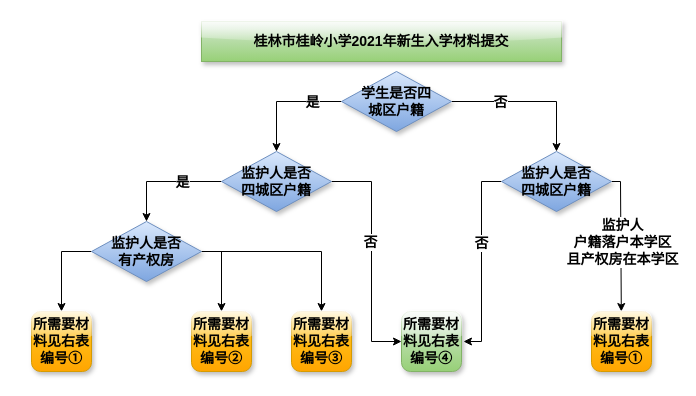
Before: Untitled Diagram.drawio in xmilygit/app1, a draw.io diagram. Source tidied: cells renumbered, new cells numbered last; positions are measured from the earlier drawing's top-left corner, leaving out a move shared by most shapes. Both pictures are drawn from the tidied source at 100%, with x=0, y=0 at pixel (31, 21).
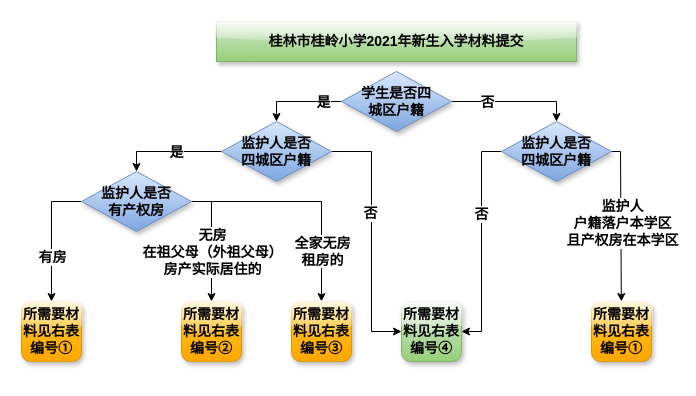
After the change.

Diff of the diagram source:
```diff
@@
-    <mxCell id="7" style="edgeStyle=none;rounded=0;jettySize=auto;html=1;fontSize=14;exitX=0;exitY=0.5;exitDx=0;exitDy=0;" parent="1" edge="1" source="11">
+    <mxCell id="7" style="edgeStyle=none;rounded=0;jettySize=auto;html=1;fontSize=14;exitX=0;exitY=0.5;exitDx=0;exitDy=0;entryX=1;entryY=0.5;entryDx=0;entryDy=0;" parent="1" edge="1" source="11" target="25">
       <mxGeometry relative="1" as="geometry">
-        <mxPoint x="432" y="320" as="targetPoint" />
         <Array as="points">
-          <mxPoint x="450" y="160" />
-          <mxPoint x="450" y="320" />
+          <mxPoint x="450" y="130" />
+          <mxPoint x="450" y="310" />
         </Array>
       </mxGeometry>
     </mxCell>
     <mxCell id="8" value="否" style="edgeLabel;html=1;align=center;verticalAlign=middle;fontSize=14;fontStyle=1;" parent="7" vertex="1">
-      <mxGeometry x="-0.18" y="-1" relative="1" as="geometry" />
+      <mxGeometry x="-0.18" y="-1" relative="1" as="geometry">
+        <mxPoint y="-8" as="offset" />
+      </mxGeometry>
     </mxCell>
     <mxCell id="9" style="edgeStyle=none;rounded=0;jettySize=auto;html=1;exitX=1;exitY=0.5;exitDx=0;exitDy=0;fontSize=14;" parent="1" edge="1" source="11" target="24">
       <mxGeometry relative="1" as="geometry">
         <Array as="points">
-          <mxPoint x="589" y="160" />
+          <mxPoint x="589" y="130" />
         </Array>
       </mxGeometry>
     </mxCell>
     <mxCell id="10" value="监护人&lt;br&gt;户籍落户本学区&lt;br&gt;且产权房在本学区" style="edgeLabel;html=1;align=center;verticalAlign=middle;fontSize=14;fontStyle=1;" parent="9" vertex="1">
       <mxGeometry x="-0.14" y="-1" relative="1" as="geometry">
-        <mxPoint x="2" y="9" as="offset" />
+        <mxPoint x="2" y="12" as="offset" />
       </mxGeometry>
     </mxCell>
     <mxCell id="11" value="监护人是否四城区户籍" style="rhombus;whiteSpace=wrap;html=1;fillColor=#dae8fc;strokeColor=#6c8ebf;gradientColor=#7ea6e0;shadow=1;fontStyle=1;fontSize=14;spacingTop=15;spacingLeft=15;spacingBottom=15;spacingRight=15;" parent="1" vertex="1">
-      <mxGeometry x="470" y="130" width="110" height="60" as="geometry" />
+      <mxGeometry x="470" y="100" width="110" height="60" as="geometry" />
     </mxCell>
+    <mxCell id="14" style="edgeStyle=none;rounded=0;jettySize=auto;html=1;exitX=1;exitY=0.5;exitDx=0;exitDy=0;entryX=0;entryY=0.5;entryDx=0;entryDy=0;fontStyle=1;fontSize=14;" parent="1" edge="1" source="16" target="25">
+      <mxGeometry relative="1" as="geometry">
+        <Array as="points">
+          <mxPoint x="340" y="130" />
+          <mxPoint x="340" y="310" />
+        </Array>
+      </mxGeometry>
+    </mxCell>
+    <mxCell id="15" value="否" style="edgeLabel;html=1;align=center;verticalAlign=middle;fontStyle=1;fontSize=14;" parent="14" vertex="1">
+      <mxGeometry x="0.02" y="-2" relative="1" as="geometry">
+        <mxPoint y="-27" as="offset" />
+      </mxGeometry>
+    </mxCell>
-    <mxCell id="12" style="edgeStyle=orthogonalEdgeStyle;rounded=0;jettySize=auto;html=1;entryX=0.5;entryY=0;entryDx=0;entryDy=0;fontStyle=1;fontSize=14;" parent="1" edge="1" source="16" target="20">
-      <mxGeometry relative="1" as="geometry" />
+    <mxCell id="12" style="edgeStyle=none;rounded=0;jettySize=auto;html=1;exitX=0;exitY=0.5;exitDx=0;exitDy=0;entryX=0.5;entryY=0;entryDx=0;entryDy=0;fontSize=14;" parent="1" edge="1" source="16" target="20">
+      <mxGeometry relative="1" as="geometry">
+        <Array as="points">
+          <mxPoint x="105" y="130" />
+        </Array>
+      </mxGeometry>
     </mxCell>
-    <mxCell id="13" value="是" style="edgeLabel;html=1;align=center;verticalAlign=middle;fontStyle=1;fontSize=14;" parent="12" vertex="1">
-      <mxGeometry x="-0.18" y="5" relative="1" as="geometry">
-        <mxPoint x="7" y="-5" as="offset" />
+    <mxCell id="13" value="是" style="edgeLabel;html=1;align=center;verticalAlign=middle;fontSize=14;fontStyle=1;" parent="12" vertex="1">
+      <mxGeometry x="0.05" y="1" relative="1" as="geometry">
+        <mxPoint x="9" y="-1" as="offset" />
       </mxGeometry>
     </mxCell>
-    <mxCell id="14" style="edgeStyle=none;rounded=0;jettySize=auto;html=1;exitX=1;exitY=0.5;exitDx=0;exitDy=0;entryX=0;entryY=0.5;entryDx=0;entryDy=0;fontStyle=1;fontSize=14;" parent="1" edge="1" source="16" target="25">
-      <mxGeometry relative="1" as="geometry">
-        <Array as="points">
-          <mxPoint x="340" y="160" />
-          <mxPoint x="340" y="320" />
-        </Array>
-      </mxGeometry>
-    </mxCell>
-    <mxCell id="15" value="否" style="edgeLabel;html=1;align=center;verticalAlign=middle;fontStyle=1;fontSize=14;" parent="14" vertex="1">
-      <mxGeometry x="0.02" y="-2" relative="1" as="geometry">
-        <mxPoint y="-17" as="offset" />
-      </mxGeometry>
-    </mxCell>
     <mxCell id="16" value="监护人是否四城区户籍" style="rhombus;whiteSpace=wrap;html=1;strokeColor=#6c8ebf;fillColor=#dae8fc;gradientColor=#7ea6e0;shadow=1;fontStyle=1;fontSize=14;spacingTop=15;spacingLeft=15;spacingBottom=15;spacingRight=15;" parent="1" vertex="1">
-      <mxGeometry x="190" y="130" width="110" height="60" as="geometry" />
+      <mxGeometry x="190" y="100" width="110" height="60" as="geometry" />
     </mxCell>
     <mxCell id="17" style="edgeStyle=none;rounded=0;jettySize=auto;html=1;exitX=0;exitY=0.5;exitDx=0;exitDy=0;entryX=0.5;entryY=0;entryDx=0;entryDy=0;fontSize=14;" parent="1" edge="1" source="20" target="23">
       <mxGeometry relative="1" as="geometry">
         <Array as="points">
-          <mxPoint x="30" y="230" />
+          <mxPoint x="20" y="180" />
         </Array>
       </mxGeometry>
     </mxCell>
+    <mxCell id="27" value="有房" style="edgeLabel;html=1;align=center;verticalAlign=middle;fontSize=14;fontStyle=1;" parent="17" vertex="1">
+      <mxGeometry x="0.11" relative="1" as="geometry">
+        <mxPoint y="13" as="offset" />
+      </mxGeometry>
+    </mxCell>
     <mxCell id="18" style="edgeStyle=none;rounded=0;jettySize=auto;html=1;exitX=1;exitY=0.5;exitDx=0;exitDy=0;entryX=0.5;entryY=0;entryDx=0;entryDy=0;fontSize=14;" parent="1" edge="1" source="20" target="21">
       <mxGeometry relative="1" as="geometry">
         <Array as="points">
-          <mxPoint x="190" y="230" />
+          <mxPoint x="180" y="180" />
         </Array>
       </mxGeometry>
     </mxCell>
+    <mxCell id="28" value="无房&lt;br&gt;在祖父母（外祖父母）&lt;br&gt;房产实际居住的" style="edgeLabel;html=1;align=center;verticalAlign=middle;fontSize=14;fontStyle=1;" parent="18" vertex="1">
+      <mxGeometry x="-0.05" relative="1" as="geometry">
+        <mxPoint y="13" as="offset" />
+      </mxGeometry>
+    </mxCell>
-    <mxCell id="19" style="edgeStyle=none;rounded=0;jettySize=auto;html=1;exitX=1;exitY=0.5;exitDx=0;exitDy=0;entryX=0.5;entryY=0;entryDx=0;entryDy=0;fontSize=14;" parent="1" edge="1" source="20" target="22">
+    <mxCell id="19" style="edgeStyle=none;rounded=0;jettySize=auto;html=1;exitX=1;exitY=0.5;exitDx=0;exitDy=0;entryX=0.5;entryY=0;entryDx=0;entryDy=0;fontSize=14;" parent="1" edge="1" target="22">
       <mxGeometry relative="1" as="geometry">
+        <mxPoint x="170" y="180" as="sourcePoint" />
         <Array as="points">
-          <mxPoint x="290" y="230" />
+          <mxPoint x="290" y="180" />
         </Array>
       </mxGeometry>
     </mxCell>
+    <mxCell id="29" value="全家无房&lt;br&gt;租房的" style="edgeLabel;html=1;align=center;verticalAlign=middle;fontSize=14;fontStyle=1;" parent="19" vertex="1">
+      <mxGeometry x="0.54" y="1" relative="1" as="geometry">
+        <mxPoint x="-1" as="offset" />
+      </mxGeometry>
+    </mxCell>
     <mxCell id="20" value="监护人是否有产权房" style="rhombus;whiteSpace=wrap;html=1;strokeColor=#6c8ebf;fillColor=#dae8fc;gradientColor=#7ea6e0;rounded=0;shadow=1;sketch=0;fontStyle=1;fontSize=14;spacingTop=15;spacingLeft=15;spacingBottom=15;spacingRight=15;" parent="1" vertex="1">
-      <mxGeometry x="60" y="200" width="110" height="60" as="geometry" />
+      <mxGeometry x="50" y="150" width="110" height="60" as="geometry" />
     </mxCell>
     <mxCell id="21" value="&lt;span style=&quot;font-size: 14px;&quot;&gt;所需要材料见右表编号②&lt;/span&gt;" style="whiteSpace=wrap;html=1;strokeColor=#d79b00;fillColor=#ffcd28;gradientColor=#ffa500;rounded=1;shadow=1;glass=1;fontStyle=1;fontSize=14;" parent="1" vertex="1">
-      <mxGeometry x="160" y="290" width="60" height="60" as="geometry" />
+      <mxGeometry x="150" y="280" width="60" height="60" as="geometry" />
     </mxCell>
     <mxCell id="22" value="&lt;span style=&quot;font-size: 14px;&quot;&gt;所需要材料见右表编号③&lt;/span&gt;" style="whiteSpace=wrap;html=1;strokeColor=#d79b00;fillColor=#ffcd28;gradientColor=#ffa500;rounded=1;glass=1;shadow=1;fontStyle=1;fontSize=14;" parent="1" vertex="1">
-      <mxGeometry x="260" y="290" width="60" height="60" as="geometry" />
+      <mxGeometry x="260" y="280" width="60" height="60" as="geometry" />
     </mxCell>
     <mxCell id="23" value="所需要材料见右表编号①" style="whiteSpace=wrap;html=1;strokeColor=#d79b00;fillColor=#ffcd28;gradientColor=#ffa500;rounded=1;glass=1;shadow=1;fontStyle=1;fontSize=14;" parent="1" vertex="1">
-      <mxGeometry y="290" width="60" height="60" as="geometry" />
+      <mxGeometry x="-10" y="280" width="60" height="60" as="geometry" />
     </mxCell>
     <mxCell id="24" value="&lt;span style=&quot;font-size: 14px;&quot;&gt;所需要材料见右表编号①&lt;/span&gt;" style="rounded=1;whiteSpace=wrap;html=1;shadow=1;glass=1;sketch=0;gradientColor=#ffa500;fillColor=#ffcd28;strokeColor=#d79b00;fontStyle=1;fontSize=14;" parent="1" vertex="1">
-      <mxGeometry x="560" y="290" width="60" height="60" as="geometry" />
+      <mxGeometry x="560" y="280" width="60" height="60" as="geometry" />
     </mxCell>
     <mxCell id="25" value="&lt;span style=&quot;font-size: 14px;&quot;&gt;所需要材料见右表编号④&lt;/span&gt;" style="rounded=1;whiteSpace=wrap;html=1;shadow=1;glass=1;sketch=0;gradientColor=#97d077;fillColor=#d5e8d4;strokeColor=#82b366;fontStyle=1;fontSize=14;" parent="1" vertex="1">
-      <mxGeometry x="370" y="290" width="60" height="60" as="geometry" />
+      <mxGeometry x="370" y="280" width="60" height="60" as="geometry" />
     </mxCell>
     <mxCell id="26" value="桂林市桂岭小学2021年新生入学材料提交" style="rounded=0;whiteSpace=wrap;html=1;shadow=1;glass=1;sketch=0;gradientColor=#97d077;fillColor=#d5e8d4;strokeColor=#82b366;fontStyle=1;fontSize=14;" parent="1" vertex="1">
-      <mxGeometry x="170" width="360" height="40" as="geometry" />
+      <mxGeometry x="185" width="360" height="40" as="geometry" />
     </mxCell>
```
